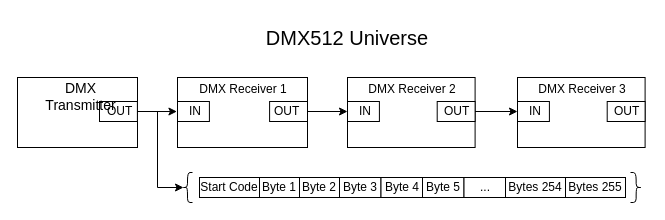
Above: DMX_data.drawio in jfcbooth/block_diagrams (draw.io), before the change. Source tidied: cells renumbered, new cells numbered last; positions are measured from the earlier drawing's top-left corner, leaving out a move shared by most shapes. Both pictures are drawn from the tidied source at 100%, with x=0, y=0 at pixel (17, 17).
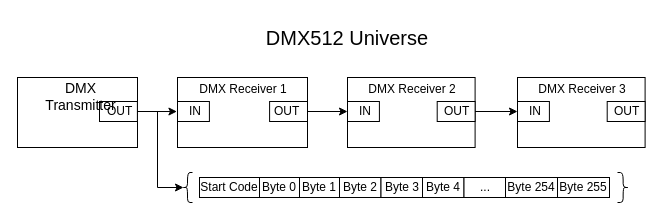
After the change.

What changed in the source:
```diff
@@
-    <mxCell id="44" value="Byte 1" style="rounded=0;whiteSpace=wrap;html=1;" parent="1" vertex="1">
+    <mxCell id="44" value="Byte 0" style="rounded=0;whiteSpace=wrap;html=1;" parent="1" vertex="1">
       <mxGeometry x="242" y="160" width="40" height="20" as="geometry" />
     </mxCell>
-    <mxCell id="45" value="Byte 2" style="rounded=0;whiteSpace=wrap;html=1;" parent="1" vertex="1">
+    <mxCell id="45" value="Byte 1" style="rounded=0;whiteSpace=wrap;html=1;" parent="1" vertex="1">
       <mxGeometry x="282" y="160" width="40" height="20" as="geometry" />
     </mxCell>
-    <mxCell id="46" value="Byte 3" style="rounded=0;whiteSpace=wrap;html=1;" parent="1" vertex="1">
+    <mxCell id="46" value="Byte 2" style="rounded=0;whiteSpace=wrap;html=1;" parent="1" vertex="1">
       <mxGeometry x="322" y="160" width="41.5" height="20" as="geometry" />
     </mxCell>
-    <mxCell id="47" value="Byte 4" style="rounded=0;whiteSpace=wrap;html=1;" parent="1" vertex="1">
+    <mxCell id="47" value="Byte 3" style="rounded=0;whiteSpace=wrap;html=1;" parent="1" vertex="1">
       <mxGeometry x="363.5" y="160" width="41.5" height="20" as="geometry" />
     </mxCell>
-    <mxCell id="48" value="Byte 5" style="rounded=0;whiteSpace=wrap;html=1;" parent="1" vertex="1">
+    <mxCell id="48" value="Byte 4" style="rounded=0;whiteSpace=wrap;html=1;" parent="1" vertex="1">
       <mxGeometry x="405" y="160" width="41.5" height="20" as="geometry" />
     </mxCell>
@@
-    <mxCell id="50" value="Bytes 254" style="rounded=0;whiteSpace=wrap;html=1;" parent="1" vertex="1">
-      <mxGeometry x="488" y="160" width="60" height="20" as="geometry" />
+    <mxCell id="50" value="Byte 254" style="rounded=0;whiteSpace=wrap;html=1;" parent="1" vertex="1">
+      <mxGeometry x="488" y="160" width="52" height="20" as="geometry" />
     </mxCell>
-    <mxCell id="51" value="Bytes 255" style="rounded=0;whiteSpace=wrap;html=1;" parent="1" vertex="1">
-      <mxGeometry x="548" y="160" width="60" height="20" as="geometry" />
+    <mxCell id="51" value="Byte 255" style="rounded=0;whiteSpace=wrap;html=1;" parent="1" vertex="1">
+      <mxGeometry x="540" y="160" width="52" height="20" as="geometry" />
     </mxCell>
     <mxCell id="52" style="shape=curlyBracket;whiteSpace=wrap;html=1;rounded=1;flipH=1;labelPosition=right;verticalLabelPosition=middle;align=left;verticalAlign=middle;" parent="1" vertex="1">
-      <mxGeometry x="613" y="155" width="11.3" height="30" as="geometry" />
+      <mxGeometry x="600" y="155" width="11.3" height="30" as="geometry" />
     </mxCell>
```
